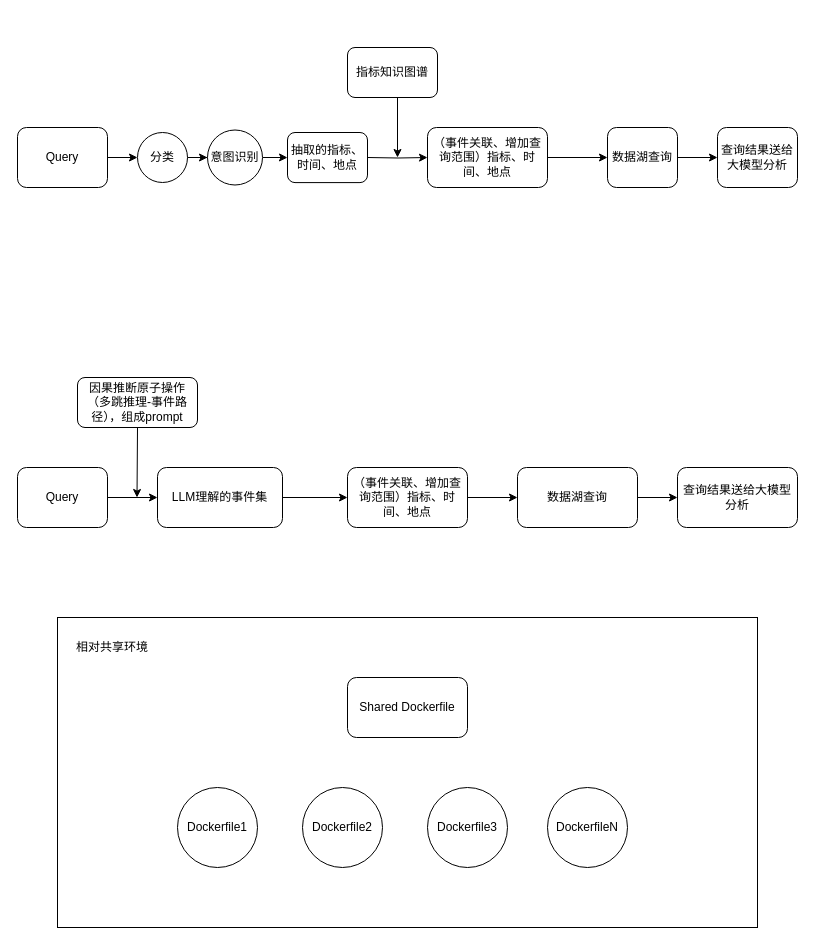
Before: 未命名绘图.drawio in HanYang1385/Master-Thesis, a draw.io diagram. Source tidied: cells renumbered, new cells numbered last; positions are measured from the earlier drawing's top-left corner, leaving out a move shared by most shapes. Both pictures are drawn from the tidied source at 100%, with x=0, y=0 at pixel (17, 47).
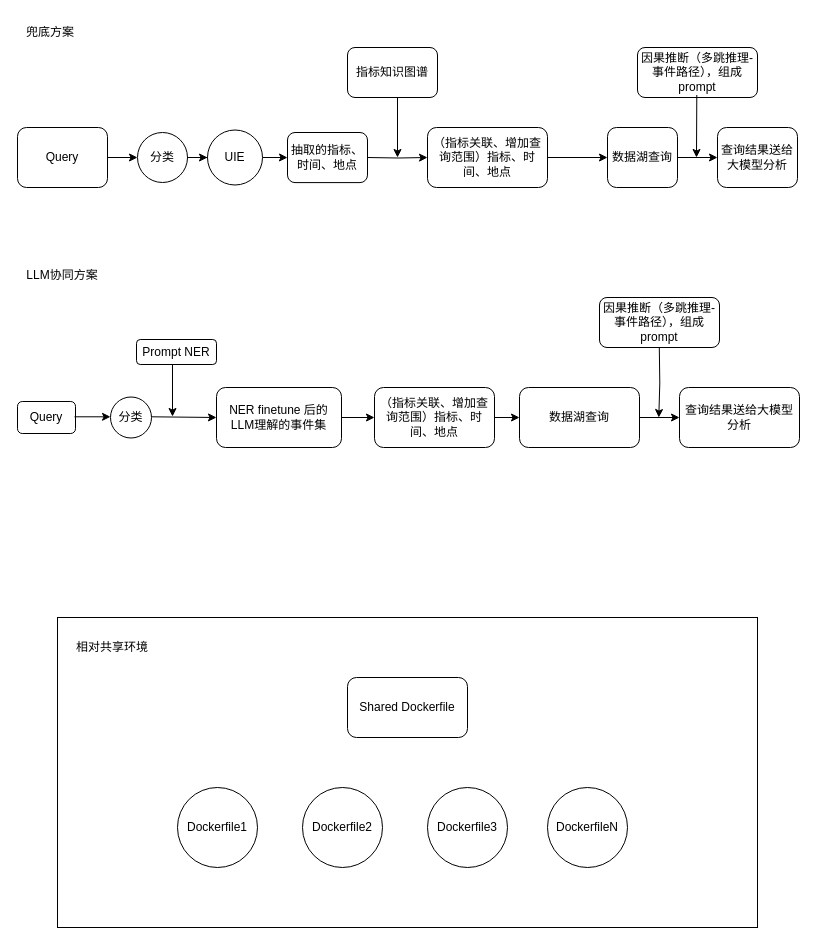
The same diagram, later.

Commit message:
更新未命名绘图.drawio

What changed in the source:
```diff
@@
-    <mxCell id="2" style="edgeStyle=orthogonalEdgeStyle;rounded=0;jettySize=auto;html=1;exitX=1;exitY=0.5;exitDx=0;exitDy=0;entryX=0;entryY=0.5;entryDx=0;entryDy=0;" parent="1" edge="1" source="3" target="7">
-      <mxGeometry relative="1" as="geometry" />
-    </mxCell>
-    <mxCell id="3" value="Query" style="rounded=1;whiteSpace=wrap;html=1;" parent="1" vertex="1">
-      <mxGeometry y="420" width="90" height="60" as="geometry" />
-    </mxCell>
-    <mxCell id="4" style="edgeStyle=orthogonalEdgeStyle;rounded=0;jettySize=auto;html=1;exitX=1;exitY=0.5;exitDx=0;exitDy=0;entryX=0;entryY=0.5;entryDx=0;entryDy=0;" parent="1" edge="1" source="5" target="9">
-      <mxGeometry relative="1" as="geometry" />
-    </mxCell>
-    <mxCell id="5" value="（事件关联、增加查询范围）指标、时间、地点" style="whiteSpace=wrap;html=1;rounded=1;" parent="1" vertex="1">
-      <mxGeometry x="330" y="420" width="120" height="60" as="geometry" />
-    </mxCell>
-    <mxCell id="6" style="edgeStyle=orthogonalEdgeStyle;rounded=0;jettySize=auto;html=1;exitX=1;exitY=0.5;exitDx=0;exitDy=0;entryX=0;entryY=0.5;entryDx=0;entryDy=0;" parent="1" edge="1" source="7" target="5">
-      <mxGeometry relative="1" as="geometry" />
-    </mxCell>
-    <mxCell id="7" value="LLM理解的事件集" style="whiteSpace=wrap;html=1;rounded=1;" parent="1" vertex="1">
-      <mxGeometry x="140" y="420" width="125" height="60" as="geometry" />
-    </mxCell>
-    <mxCell id="8" style="edgeStyle=orthogonalEdgeStyle;rounded=0;jettySize=auto;html=1;" parent="1" edge="1" source="9" target="10">
-      <mxGeometry relative="1" as="geometry" />
-    </mxCell>
-    <mxCell id="9" value="数据湖查询" style="whiteSpace=wrap;html=1;rounded=1;" parent="1" vertex="1">
-      <mxGeometry x="500" y="420" width="120" height="60" as="geometry" />
-    </mxCell>
-    <mxCell id="10" value="查询结果送给大模型分析" style="whiteSpace=wrap;html=1;rounded=1;" parent="1" vertex="1">
-      <mxGeometry x="660" y="420" width="120" height="60" as="geometry" />
-    </mxCell>
-    <mxCell id="11" style="edgeStyle=orthogonalEdgeStyle;rounded=0;jettySize=auto;html=1;exitX=0.5;exitY=1;exitDx=0;exitDy=0;" parent="1" edge="1" source="12">
-      <mxGeometry relative="1" as="geometry">
-        <mxPoint x="119.5" y="450" as="targetPoint" />
-      </mxGeometry>
-    </mxCell>
-    <mxCell id="12" value="因果推断原子操作（多跳推理-事件路径），组成prompt" style="rounded=1;whiteSpace=wrap;html=1;" parent="1" vertex="1">
-      <mxGeometry x="60" y="330" width="120" height="50" as="geometry" />
-    </mxCell>
@@
-    <mxCell id="21" style="edgeStyle=orthogonalEdgeStyle;rounded=0;jettySize=auto;html=1;exitX=1;exitY=0.5;exitDx=0;exitDy=0;" parent="1" edge="1" source="22" target="30">
-      <mxGeometry relative="1" as="geometry" />
-    </mxCell>
+    <mxCell id="36" style="group;" parent="1" vertex="1">
+      <mxGeometry y="-30" width="780" height="170" as="geometry" />
+    </mxCell>
+    <mxCell id="37" style="group;" parent="36" vertex="1">
+      <mxGeometry y="30" width="780" height="140" as="geometry" />
+    </mxCell>
-    <mxCell id="22" value="Query" style="rounded=1;whiteSpace=wrap;html=1;" parent="1" vertex="1">
+    <mxCell id="22" value="Query" style="rounded=1;whiteSpace=wrap;html=1;" parent="37" vertex="1">
       <mxGeometry y="80" width="90" height="60" as="geometry" />
     </mxCell>
-    <mxCell id="23" style="edgeStyle=orthogonalEdgeStyle;rounded=0;jettySize=auto;html=1;exitX=1;exitY=0.5;exitDx=0;exitDy=0;entryX=0;entryY=0.5;entryDx=0;entryDy=0;" parent="1" edge="1" source="24" target="27">
-      <mxGeometry relative="1" as="geometry" />
-    </mxCell>
-    <mxCell id="24" value="（事件关联、增加查询范围）指标、时间、地点" style="whiteSpace=wrap;html=1;rounded=1;" parent="1" vertex="1">
+    <mxCell id="24" value="（指标关联、增加查询范围）指标、时间、地点" style="whiteSpace=wrap;html=1;rounded=1;" parent="37" vertex="1">
       <mxGeometry x="410" y="80" width="120" height="60" as="geometry" />
     </mxCell>
-    <mxCell id="25" style="edgeStyle=orthogonalEdgeStyle;rounded=0;jettySize=auto;html=1;entryX=0;entryY=0.5;entryDx=0;entryDy=0;" parent="1" edge="1" target="24">
+    <mxCell id="25" style="edgeStyle=orthogonalEdgeStyle;rounded=0;jettySize=auto;html=1;entryX=0;entryY=0.5;entryDx=0;entryDy=0;" parent="37" edge="1" target="24">
       <mxGeometry relative="1" as="geometry">
         <mxPoint x="350" y="110" as="sourcePoint" />
       </mxGeometry>
     </mxCell>
+    <mxCell id="27" value="数据湖查询" style="whiteSpace=wrap;html=1;rounded=1;" parent="37" vertex="1">
+      <mxGeometry x="590" y="80" width="70" height="60" as="geometry" />
+    </mxCell>
+    <mxCell id="23" style="edgeStyle=orthogonalEdgeStyle;rounded=0;jettySize=auto;html=1;exitX=1;exitY=0.5;exitDx=0;exitDy=0;entryX=0;entryY=0.5;entryDx=0;entryDy=0;" parent="37" edge="1" source="24" target="27">
+      <mxGeometry relative="1" as="geometry" />
+    </mxCell>
+    <mxCell id="28" value="查询结果送给大模型分析" style="whiteSpace=wrap;html=1;rounded=1;" parent="37" vertex="1">
+      <mxGeometry x="700" y="80" width="80" height="60" as="geometry" />
+    </mxCell>
-    <mxCell id="26" style="edgeStyle=orthogonalEdgeStyle;rounded=0;jettySize=auto;html=1;" parent="1" edge="1" source="27" target="28">
+    <mxCell id="26" style="edgeStyle=orthogonalEdgeStyle;rounded=0;jettySize=auto;html=1;" parent="37" edge="1" source="27" target="28">
       <mxGeometry relative="1" as="geometry" />
     </mxCell>
-    <mxCell id="27" value="数据湖查询" style="whiteSpace=wrap;html=1;rounded=1;" parent="1" vertex="1">
-      <mxGeometry x="590" y="80" width="70" height="60" as="geometry" />
-    </mxCell>
-    <mxCell id="28" value="查询结果送给大模型分析" style="whiteSpace=wrap;html=1;rounded=1;" parent="1" vertex="1">
-      <mxGeometry x="700" y="80" width="80" height="60" as="geometry" />
-    </mxCell>
+    <mxCell id="30" value="分类" style="ellipse;whiteSpace=wrap;html=1;" parent="37" vertex="1">
+      <mxGeometry x="120" y="85" width="50" height="50" as="geometry" />
+    </mxCell>
+    <mxCell id="21" style="edgeStyle=orthogonalEdgeStyle;rounded=0;jettySize=auto;html=1;exitX=1;exitY=0.5;exitDx=0;exitDy=0;" parent="37" edge="1" source="22" target="30">
+      <mxGeometry relative="1" as="geometry" />
+    </mxCell>
+    <mxCell id="32" value="UIE" style="ellipse;whiteSpace=wrap;html=1;" parent="37" vertex="1">
+      <mxGeometry x="190" y="82.5" width="55" height="55" as="geometry" />
+    </mxCell>
-    <mxCell id="29" style="edgeStyle=orthogonalEdgeStyle;rounded=0;jettySize=auto;html=1;exitX=1;exitY=0.5;exitDx=0;exitDy=0;" parent="1" edge="1" source="30" target="32">
+    <mxCell id="29" style="edgeStyle=orthogonalEdgeStyle;rounded=0;jettySize=auto;html=1;exitX=1;exitY=0.5;exitDx=0;exitDy=0;" parent="37" edge="1" source="30" target="32">
       <mxGeometry relative="1" as="geometry" />
     </mxCell>
-    <mxCell id="30" value="分类" style="ellipse;whiteSpace=wrap;html=1;" parent="1" vertex="1">
-      <mxGeometry x="120" y="85" width="50" height="50" as="geometry" />
-    </mxCell>
+    <mxCell id="33" value="抽取的指标、时间、地点" style="rounded=1;whiteSpace=wrap;html=1;" parent="37" vertex="1">
+      <mxGeometry x="270" y="85" width="80" height="50.1" as="geometry" />
+    </mxCell>
-    <mxCell id="31" style="edgeStyle=orthogonalEdgeStyle;rounded=0;jettySize=auto;html=1;exitX=1;exitY=0.5;exitDx=0;exitDy=0;" parent="1" edge="1" source="32" target="33">
+    <mxCell id="31" style="edgeStyle=orthogonalEdgeStyle;rounded=0;jettySize=auto;html=1;exitX=1;exitY=0.5;exitDx=0;exitDy=0;" parent="37" edge="1" source="32" target="33">
       <mxGeometry relative="1" as="geometry" />
     </mxCell>
-    <mxCell id="32" value="意图识别" style="ellipse;whiteSpace=wrap;html=1;" parent="1" vertex="1">
-      <mxGeometry x="190" y="82.5" width="55" height="55" as="geometry" />
-    </mxCell>
-    <mxCell id="33" value="抽取的指标、时间、地点" style="rounded=1;whiteSpace=wrap;html=1;" parent="1" vertex="1">
-      <mxGeometry x="270" y="85" width="80" height="50.1" as="geometry" />
-    </mxCell>
-    <mxCell id="34" style="endArrow=classic;html=1;rounded=0;" parent="1" edge="1">
+    <mxCell id="34" style="endArrow=classic;html=1;rounded=0;" parent="37" edge="1">
       <mxGeometry relative="1" as="geometry">
         <mxPoint x="380" y="50" as="sourcePoint" />
         <mxPoint x="380" y="110" as="targetPoint" />
       </mxGeometry>
     </mxCell>
-    <mxCell id="35" value="指标知识图谱" style="rounded=1;whiteSpace=wrap;html=1;" parent="1" vertex="1">
+    <mxCell id="35" value="指标知识图谱" style="rounded=1;whiteSpace=wrap;html=1;" parent="37" vertex="1">
       <mxGeometry x="330" width="90" height="50" as="geometry" />
     </mxCell>
+    <mxCell id="38" value="因果推断（多跳推理-事件路径），组成prompt" style="rounded=1;whiteSpace=wrap;html=1;" parent="37" vertex="1">
+      <mxGeometry x="620" width="120" height="50" as="geometry" />
+    </mxCell>
+    <mxCell id="39" style="endArrow=classic;html=1;rounded=0;" parent="37" edge="1">
+      <mxGeometry relative="1" as="geometry">
+        <mxPoint x="679.3" y="47.5" as="sourcePoint" />
+        <mxPoint x="679" y="110" as="targetPoint" />
+      </mxGeometry>
+    </mxCell>
+    <mxCell id="40" value="兜底方案" style="text;html=1;strokeColor=none;fillColor=none;align=center;verticalAlign=middle;whiteSpace=wrap;rounded=0;" parent="36" vertex="1">
+      <mxGeometry x="3" width="60" height="30" as="geometry" />
+    </mxCell>
+    <mxCell id="41" style="group;" parent="1" vertex="1">
+      <mxGeometry y="213" width="782" height="187" as="geometry" />
+    </mxCell>
+    <mxCell id="42" value="LLM协同方案" style="text;html=1;strokeColor=none;fillColor=none;align=center;verticalAlign=middle;whiteSpace=wrap;rounded=0;" parent="41" vertex="1">
+      <mxGeometry width="90" height="30" as="geometry" />
+    </mxCell>
+    <mxCell id="3" value="Query" style="rounded=1;whiteSpace=wrap;html=1;" parent="41" vertex="1">
+      <mxGeometry y="141" width="58" height="32" as="geometry" />
+    </mxCell>
+    <mxCell id="5" value="（指标关联、增加查询范围）指标、时间、地点" style="whiteSpace=wrap;html=1;rounded=1;" parent="41" vertex="1">
+      <mxGeometry x="357" y="127" width="120" height="60" as="geometry" />
+    </mxCell>
+    <mxCell id="6" style="edgeStyle=orthogonalEdgeStyle;rounded=0;jettySize=auto;html=1;exitX=1;exitY=0.5;exitDx=0;exitDy=0;entryX=0;entryY=0.5;entryDx=0;entryDy=0;" parent="41" edge="1" source="7" target="5">
+      <mxGeometry relative="1" as="geometry" />
+    </mxCell>
+    <mxCell id="7" value="NER finetune 后的&lt;br&gt;LLM理解的事件集" style="whiteSpace=wrap;html=1;rounded=1;" parent="41" vertex="1">
+      <mxGeometry x="199" y="127" width="125" height="60" as="geometry" />
+    </mxCell>
+    <mxCell id="9" value="数据湖查询" style="whiteSpace=wrap;html=1;rounded=1;" parent="41" vertex="1">
+      <mxGeometry x="502" y="127" width="120" height="60" as="geometry" />
+    </mxCell>
+    <mxCell id="4" style="edgeStyle=orthogonalEdgeStyle;rounded=0;jettySize=auto;html=1;exitX=1;exitY=0.5;exitDx=0;exitDy=0;entryX=0;entryY=0.5;entryDx=0;entryDy=0;" parent="41" edge="1" source="5" target="9">
+      <mxGeometry relative="1" as="geometry" />
+    </mxCell>
+    <mxCell id="10" value="查询结果送给大模型分析" style="whiteSpace=wrap;html=1;rounded=1;" parent="41" vertex="1">
+      <mxGeometry x="662" y="127" width="120" height="60" as="geometry" />
+    </mxCell>
+    <mxCell id="8" style="edgeStyle=orthogonalEdgeStyle;rounded=0;jettySize=auto;html=1;" parent="41" edge="1" source="9" target="10">
+      <mxGeometry relative="1" as="geometry" />
+    </mxCell>
+    <mxCell id="43" value="因果推断（多跳推理-事件路径），组成prompt" style="rounded=1;whiteSpace=wrap;html=1;" parent="41" vertex="1">
+      <mxGeometry x="582" y="37" width="120" height="50" as="geometry" />
+    </mxCell>
+    <mxCell id="44" style="edgeStyle=orthogonalEdgeStyle;rounded=0;orthogonalLoop=1;jettySize=auto;html=1;exitX=0.5;exitY=1;exitDx=0;exitDy=0;" parent="41" edge="1">
+      <mxGeometry relative="1" as="geometry">
+        <mxPoint x="641.8" y="87" as="sourcePoint" />
+        <mxPoint x="641.3" y="157" as="targetPoint" />
+      </mxGeometry>
+    </mxCell>
+    <mxCell id="45" value="Prompt NER" style="rounded=1;whiteSpace=wrap;html=1;" parent="41" vertex="1">
+      <mxGeometry x="119" y="79" width="80" height="25" as="geometry" />
+    </mxCell>
+    <mxCell id="46" value="分类" style="ellipse;whiteSpace=wrap;html=1;" parent="41" vertex="1">
+      <mxGeometry x="93" y="136.5" width="41" height="41" as="geometry" />
+    </mxCell>
+    <mxCell id="47" style="endArrow=classic;html=1;rounded=0;" parent="41" edge="1">
+      <mxGeometry relative="1" as="geometry">
+        <mxPoint x="57" y="156.3" as="sourcePoint" />
+        <mxPoint x="93" y="156.3" as="targetPoint" />
+      </mxGeometry>
+    </mxCell>
+    <mxCell id="48" style="endArrow=classic;html=1;rounded=0;entryX=0;entryY=0.5;entryDx=0;entryDy=0;" parent="41" edge="1" target="7">
+      <mxGeometry relative="1" as="geometry">
+        <mxPoint x="134" y="156.3" as="sourcePoint" />
+      </mxGeometry>
+    </mxCell>
+    <mxCell id="49" style="endArrow=classic;html=1;rounded=0;" parent="41" edge="1">
+      <mxGeometry relative="1" as="geometry">
+        <mxPoint x="155" y="104" as="sourcePoint" />
+        <mxPoint x="155" y="156" as="targetPoint" />
+      </mxGeometry>
+    </mxCell>
```
